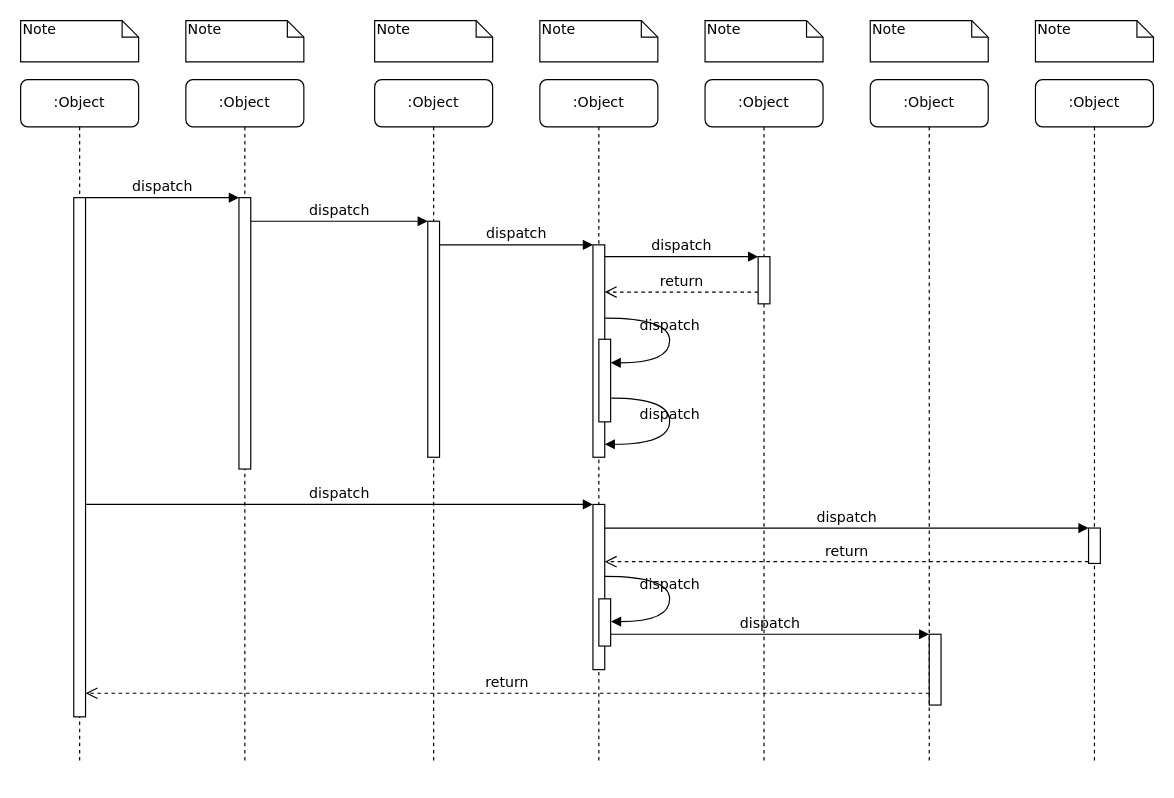
This is Sequence Diagram.drawio from PatrickMcDougle/CSE682-Software-Engineering-Project, a draw.io file, before an edit. Source tidied: cells renumbered, new cells numbered last; positions are measured from the earlier drawing's top-left corner, leaving out a move shared by most shapes. Both pictures are drawn from the tidied source at 118%, with x=0, y=0 at pixel (20, 20).
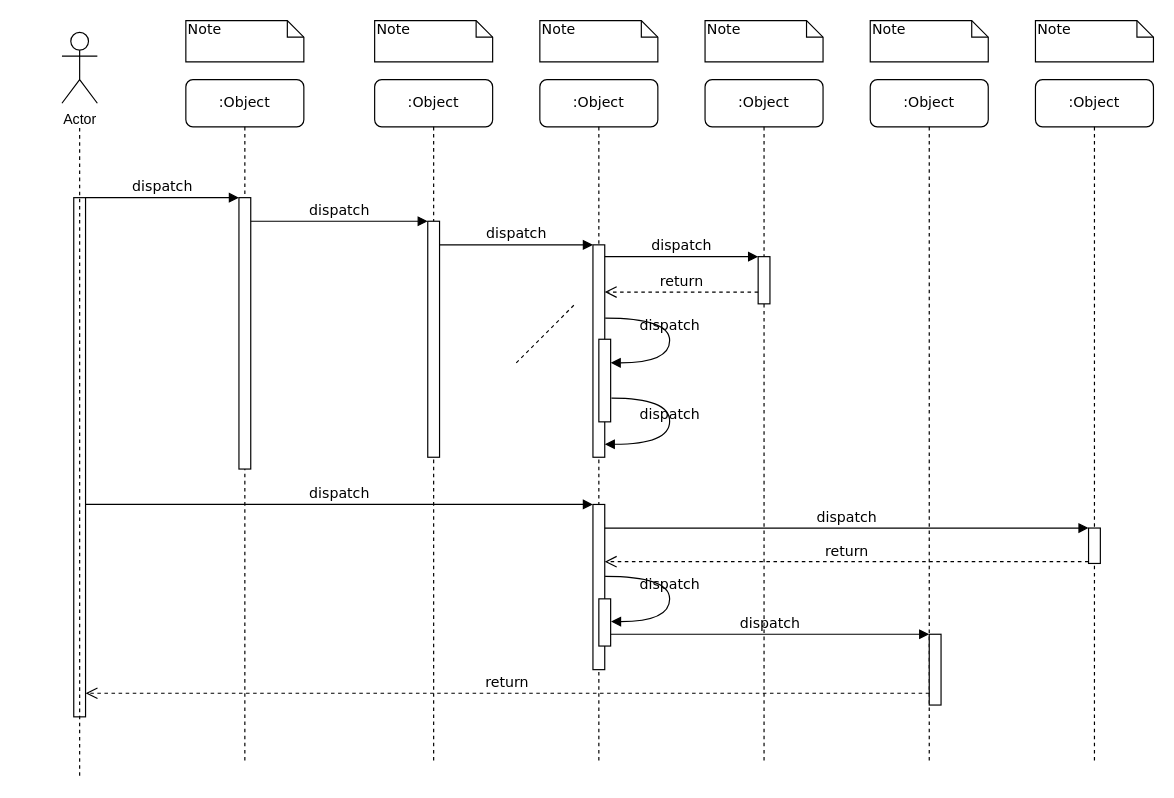
The same page after the edit.

Diff of the diagram source:
```diff
@@
-    <mxCell id="10" value=":Object" style="shape=umlLifeline;perimeter=lifelinePerimeter;whiteSpace=wrap;html=1;rounded=1;shadow=0;comic=0;labelBackgroundColor=none;strokeWidth=1;fontFamily=Verdana;fontSize=12;align=center;" parent="1" vertex="1">
-      <mxGeometry y="50" width="100" height="580" as="geometry" />
-    </mxCell>
-    <mxCell id="11" style="html=1;points=[];perimeter=orthogonalPerimeter;rounded=0;shadow=0;comic=0;labelBackgroundColor=none;strokeWidth=1;fontFamily=Verdana;fontSize=12;align=center;" parent="10" vertex="1">
-      <mxGeometry x="45" y="100" width="10" height="440" as="geometry" />
-    </mxCell>
@@
-    <mxCell id="32" value="Note" style="shape=note;whiteSpace=wrap;html=1;size=14;verticalAlign=top;align=left;spacingTop=-6;rounded=0;shadow=0;comic=0;labelBackgroundColor=none;strokeWidth=1;fontFamily=Verdana;fontSize=12;" parent="1" vertex="1">
-      <mxGeometry width="100" height="35" as="geometry" />
-    </mxCell>
@@
+    <mxCell id="11" style="html=1;points=[];perimeter=orthogonalPerimeter;rounded=0;shadow=0;comic=0;labelBackgroundColor=none;strokeWidth=1;fontFamily=Verdana;fontSize=12;align=center;" parent="1" vertex="1">
+      <mxGeometry x="45" y="150" width="10" height="440" as="geometry" />
+    </mxCell>
+    <mxCell id="39" style="endArrow=none;dashed=1;html=1;" parent="1" edge="1">
+      <mxGeometry relative="1" as="geometry">
+        <mxPoint x="420" y="290" as="sourcePoint" />
+        <mxPoint x="470" y="240" as="targetPoint" />
+      </mxGeometry>
+    </mxCell>
+    <mxCell id="40" style="endArrow=none;dashed=1;html=1;" parent="1" edge="1">
+      <mxGeometry relative="1" as="geometry">
+        <mxPoint x="50" y="640" as="sourcePoint" />
+        <mxPoint x="50" y="90" as="targetPoint" />
+      </mxGeometry>
+    </mxCell>
+    <mxCell id="41" value="Actor" style="shape=umlActor;verticalLabelPosition=bottom;verticalAlign=top;html=1;" parent="1" vertex="1">
+      <mxGeometry x="35" y="10" width="30" height="60" as="geometry" />
+    </mxCell>
```
